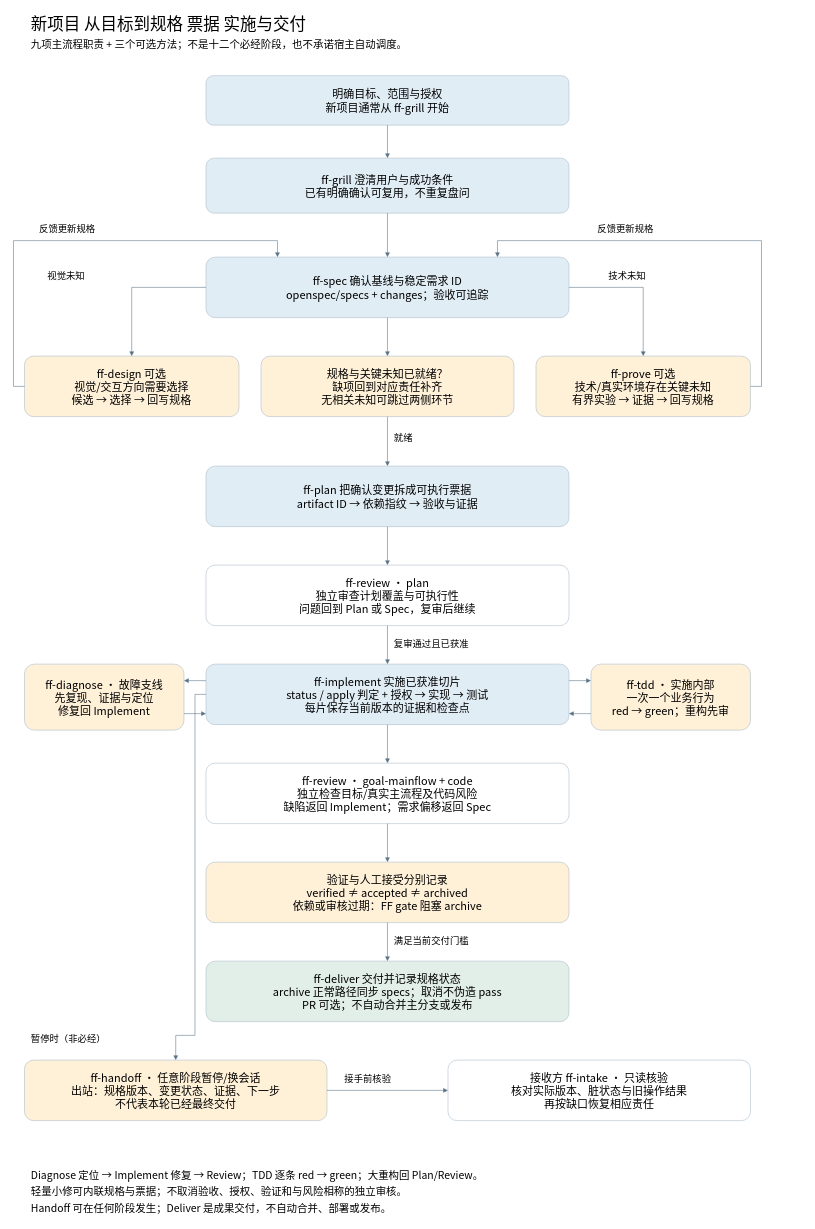
Above: docs/diagrams/new-project-workflow.drawio in chyhelloworld/ForgeFlowSkill (draw.io), before the change. Source tidied: cells renumbered, new cells numbered last; positions are measured from the earlier drawing's top-left corner, leaving out a move shared by most shapes. Both pictures are drawn from the tidied source at 55%, with x=0, y=0 at pixel (13, 9).
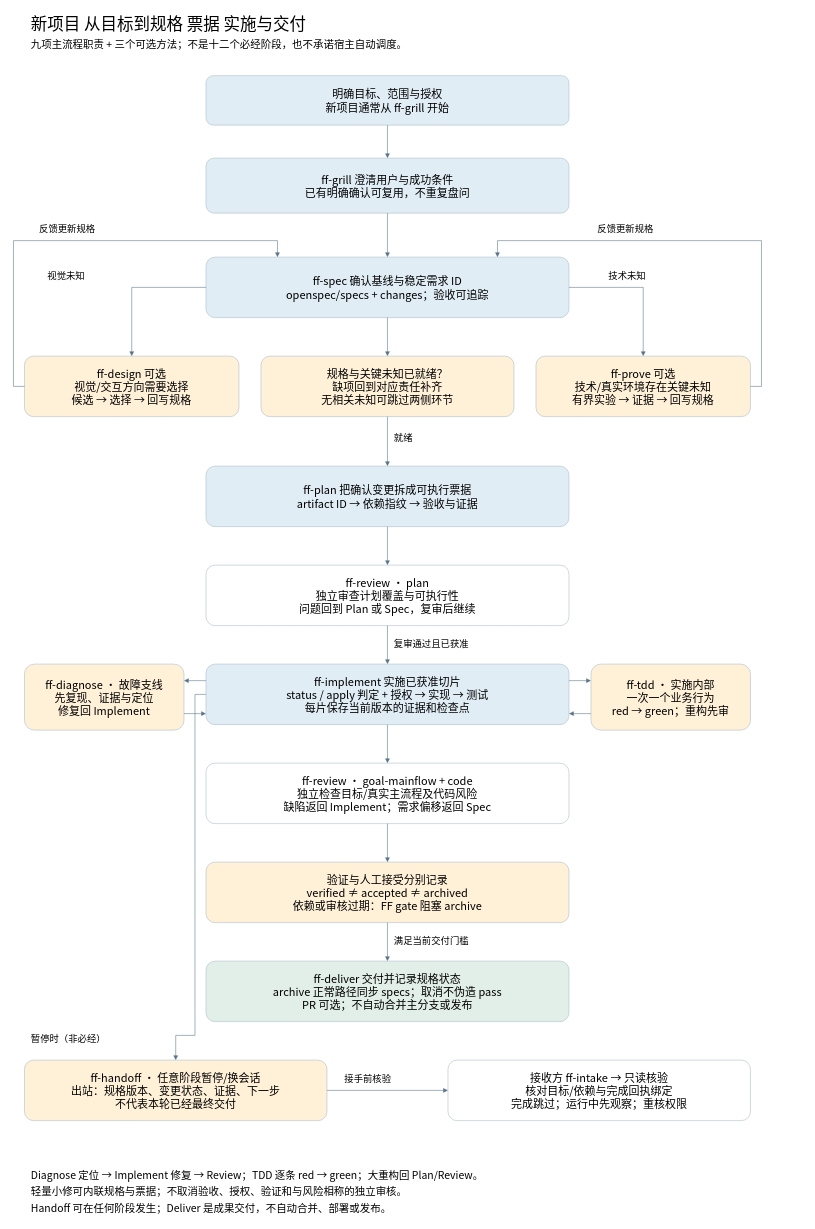
Above is the later version.

Diff of the diagram source:
```diff
@@
-    <mxCell id="22" value="接收方 ff-intake · 只读核验&#10;核对实际版本、脏状态与旧操作结果&#10;再按缺口恢复相应责任" style="rounded=1;whiteSpace=wrap;html=0;fillColor=#ffffff;strokeColor=#a9bac8;fontFamily=Noto Sans CJK SC;fontSize=20;" parent="1" vertex="1">
+    <mxCell id="22" value="接收方 ff-intake → 只读核验&#10;核对目标/依赖与完成回执绑定&#10;完成跳过；运行中先观察；重核权限" style="rounded=1;whiteSpace=wrap;html=0;fillColor=#ffffff;strokeColor=#a9bac8;fontFamily=Noto Sans CJK SC;fontSize=20;" parent="1" vertex="1">
       <mxGeometry x="790" y="1910" width="550" height="110" as="geometry" />
     </mxCell>
```
